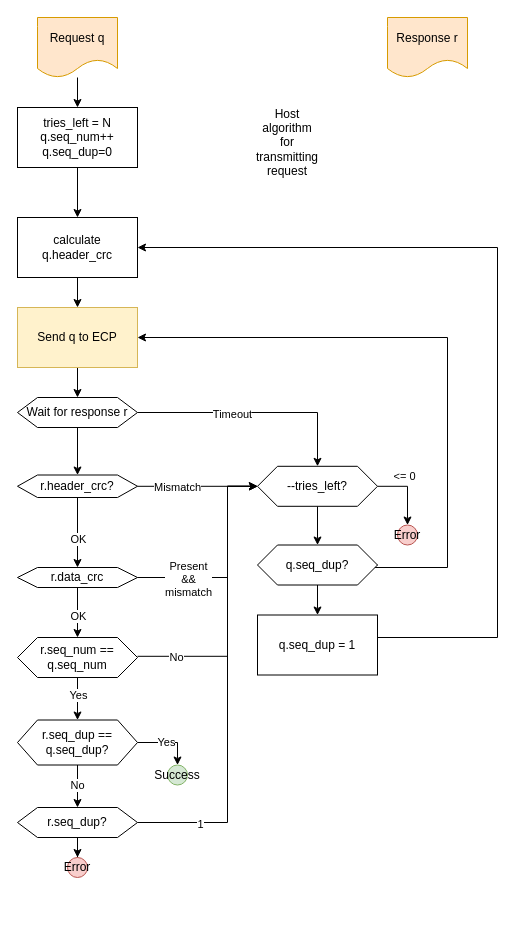
Before: page "Host->ECP Flow" (1 of 10) of docs/ECP software arch.drawio in datapanelcorp/embedded-coprocessor, a draw.io diagram. Source tidied: cells renumbered, new cells numbered last; positions are measured from the earlier drawing's top-left corner, leaving out a move shared by most shapes. Both pictures are drawn from the tidied source at 100%, with x=0, y=0 at pixel (17, 17).
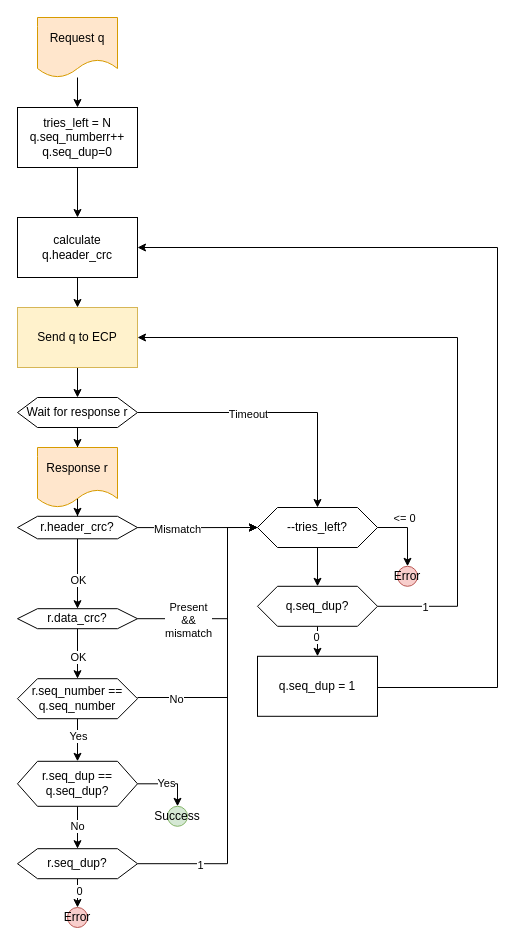
The same page after the edit.

The change refers to these unchanged cells:
```xml
<mxCell id="4" value="calculate q.header_crc" style="rounded=0;whiteSpace=wrap;html=1;" parent="1" vertex="1">
  <mxGeometry y="200" width="120" height="60" as="geometry" />
</mxCell>
<mxCell id="7" value="Send q to ECP" style="rounded=0;whiteSpace=wrap;html=1;fillColor=#fff2cc;strokeColor=#d6b656;" parent="1" vertex="1">
  <mxGeometry y="290" width="120" height="60" as="geometry" />
</mxCell>
<mxCell id="11" value="Wait for response r" style="shape=hexagon;perimeter=hexagonPerimeter2;whiteSpace=wrap;html=1;fixedSize=1;" parent="1" vertex="1">
  <mxGeometry y="380" width="120" height="30" as="geometry" />
</mxCell>
<mxCell id="20" style="edgeStyle=orthogonalEdgeStyle;rounded=0;jettySize=auto;html=1;entryX=0.5;entryY=0;entryDx=0;entryDy=0;" parent="1" edge="1" source="21" target="18">
  <mxGeometry relative="1" as="geometry" />
</mxCell>
<mxCell id="45" style="edgeStyle=orthogonalEdgeStyle;rounded=0;jettySize=auto;html=1;entryX=0.5;entryY=0;entryDx=0;entryDy=0;" parent="1" edge="1" source="46" target="47">
  <mxGeometry relative="1" as="geometry" />
</mxCell>
```

What changed in the source:
```diff
@@
-    <mxCell id="2" value="tries_left = N&lt;br&gt;q.seq_num++&lt;br&gt;q.seq_dup=0" style="rounded=0;whiteSpace=wrap;html=1;" parent="1" vertex="1">
+    <mxCell id="2" value="tries_left = N&lt;br&gt;q.seq_numberr++&lt;br&gt;q.seq_dup=0" style="rounded=0;whiteSpace=wrap;html=1;" parent="1" vertex="1">
       <mxGeometry y="90" width="120" height="60" as="geometry" />
     </mxCell>
@@
-    <mxCell id="10" style="edgeStyle=orthogonalEdgeStyle;rounded=0;jettySize=auto;html=1;" parent="1" edge="1" source="11" target="24">
+    <mxCell id="10" style="edgeStyle=orthogonalEdgeStyle;rounded=0;jettySize=auto;html=1;" parent="1" edge="1" source="51" target="24">
       <mxGeometry relative="1" as="geometry" />
     </mxCell>
@@
     <mxCell id="15" value="--tries_left?" style="shape=hexagon;perimeter=hexagonPerimeter2;whiteSpace=wrap;html=1;fixedSize=1;size=20;" parent="1" vertex="1">
-      <mxGeometry x="240" y="448.8" width="120" height="40" as="geometry" />
+      <mxGeometry x="240" y="490" width="120" height="40" as="geometry" />
     </mxCell>
     <mxCell id="16" value="Error" style="ellipse;whiteSpace=wrap;html=1;fillColor=#f8cecc;strokeColor=#b85450;" parent="1" vertex="1">
-      <mxGeometry x="380" y="507.5" width="20" height="20" as="geometry" />
+      <mxGeometry x="380" y="548.8" width="20" height="20" as="geometry" />
     </mxCell>
-    <mxCell id="17" style="edgeStyle=orthogonalEdgeStyle;rounded=0;jettySize=auto;html=1;entryX=1;entryY=0.5;entryDx=0;entryDy=0;" parent="1" edge="1" source="18" target="4">
+    <mxCell id="17" style="edgeStyle=orthogonalEdgeStyle;rounded=0;jettySize=auto;html=1;entryX=1;entryY=0.5;entryDx=0;entryDy=0;exitX=1;exitY=0.5;exitDx=0;exitDy=0;" parent="1" edge="1" source="18" target="4">
       <mxGeometry relative="1" as="geometry">
         <Array as="points">
-          <mxPoint x="480" y="620" />
+          <mxPoint x="360" y="670" />
+          <mxPoint x="480" y="670" />
           <mxPoint x="480" y="230" />
         </Array>
       </mxGeometry>
     </mxCell>
     <mxCell id="18" value="q.seq_dup = 1" style="rounded=0;whiteSpace=wrap;html=1;" parent="1" vertex="1">
-      <mxGeometry x="240" y="597.5" width="120" height="60" as="geometry" />
+      <mxGeometry x="240" y="638.8" width="120" height="60" as="geometry" />
     </mxCell>
     <mxCell id="19" style="edgeStyle=orthogonalEdgeStyle;rounded=0;jettySize=auto;html=1;entryX=1;entryY=0.5;entryDx=0;entryDy=0;exitX=1;exitY=0.5;exitDx=0;exitDy=0;" parent="1" edge="1" source="21" target="7">
       <mxGeometry relative="1" as="geometry">
         <Array as="points">
-          <mxPoint x="270" y="548" />
-          <mxPoint x="270" y="550" />
-          <mxPoint x="430" y="550" />
-          <mxPoint x="430" y="320" />
+          <mxPoint x="440" y="589" />
+          <mxPoint x="440" y="320" />
         </Array>
       </mxGeometry>
     </mxCell>
+    <mxCell id="52" value="1" style="edgeLabel;html=1;align=center;verticalAlign=middle;" parent="19" vertex="1">
+      <mxGeometry x="-0.86" y="-1" relative="1" as="geometry" />
+    </mxCell>
@@
+    <mxCell id="53" value="0" style="edgeLabel;html=1;align=center;verticalAlign=middle;" parent="20" vertex="1">
+      <mxGeometry x="0.22" y="-2" relative="1" as="geometry" />
+    </mxCell>
     <mxCell id="21" value="q.seq_dup?" style="shape=hexagon;perimeter=hexagonPerimeter2;whiteSpace=wrap;html=1;fixedSize=1;" parent="1" vertex="1">
-      <mxGeometry x="240" y="527.5" width="120" height="40" as="geometry" />
+      <mxGeometry x="240" y="568.8" width="120" height="40" as="geometry" />
     </mxCell>
@@
     <mxCell id="24" value="r.header_crc?" style="shape=hexagon;perimeter=hexagonPerimeter2;whiteSpace=wrap;html=1;fixedSize=1;" parent="1" vertex="1">
-      <mxGeometry y="457.5" width="120" height="22.5" as="geometry" />
+      <mxGeometry y="498.8" width="120" height="22.5" as="geometry" />
     </mxCell>
@@
-    <mxCell id="29" value="r.data_crc" style="shape=hexagon;perimeter=hexagonPerimeter2;whiteSpace=wrap;html=1;fixedSize=1;" parent="1" vertex="1">
-      <mxGeometry y="550" width="120" height="20" as="geometry" />
+    <mxCell id="29" value="r.data_crc?" style="shape=hexagon;perimeter=hexagonPerimeter2;whiteSpace=wrap;html=1;fixedSize=1;" parent="1" vertex="1">
+      <mxGeometry y="591.2" width="120" height="20" as="geometry" />
     </mxCell>
     <mxCell id="30" style="edgeStyle=orthogonalEdgeStyle;rounded=0;jettySize=auto;html=1;entryX=0;entryY=0.5;entryDx=0;entryDy=0;exitX=1;exitY=0.5;exitDx=0;exitDy=0;" parent="1" edge="1" source="29" target="15">
       <mxGeometry relative="1" as="geometry">
         <Array as="points">
-          <mxPoint x="210" y="560" />
-          <mxPoint x="210" y="469" />
+          <mxPoint x="210" y="601.2" />
+          <mxPoint x="210" y="510.2" />
         </Array>
       </mxGeometry>
     </mxCell>
@@
     <mxCell id="32" style="edgeStyle=orthogonalEdgeStyle;rounded=0;jettySize=auto;html=1;exitX=1;exitY=0.5;exitDx=0;exitDy=0;entryX=0;entryY=0.5;entryDx=0;entryDy=0;" parent="1" edge="1" target="15">
       <mxGeometry relative="1" as="geometry">
-        <mxPoint x="120" y="638.8" as="sourcePoint" />
+        <mxPoint x="120" y="680" as="sourcePoint" />
         <Array as="points">
-          <mxPoint x="210" y="639" />
-          <mxPoint x="210" y="469" />
-          <mxPoint x="240" y="469" />
+          <mxPoint x="210" y="680.2" />
+          <mxPoint x="210" y="510.2" />
+          <mxPoint x="240" y="510.2" />
         </Array>
       </mxGeometry>
     </mxCell>
@@
-    <mxCell id="36" value="r.seq_num == q.seq_num" style="shape=hexagon;perimeter=hexagonPerimeter2;whiteSpace=wrap;html=1;fixedSize=1;" parent="1" vertex="1">
-      <mxGeometry y="620" width="120" height="40" as="geometry" />
+    <mxCell id="36" value="r.seq_number == q.seq_number" style="shape=hexagon;perimeter=hexagonPerimeter2;whiteSpace=wrap;html=1;fixedSize=1;" parent="1" vertex="1">
+      <mxGeometry y="661.2" width="120" height="40" as="geometry" />
     </mxCell>
@@
     <mxCell id="41" value="r.seq_dup == q.seq_dup?" style="shape=hexagon;perimeter=hexagonPerimeter2;whiteSpace=wrap;html=1;fixedSize=1;" parent="1" vertex="1">
-      <mxGeometry y="702.5" width="120" height="45" as="geometry" />
+      <mxGeometry y="743.8" width="120" height="45" as="geometry" />
     </mxCell>
     <mxCell id="42" value="Success" style="ellipse;whiteSpace=wrap;html=1;fillColor=#d5e8d4;strokeColor=#82b366;" parent="1" vertex="1">
-      <mxGeometry x="150" y="747.5" width="20" height="20" as="geometry" />
+      <mxGeometry x="150" y="788.8" width="20" height="20" as="geometry" />
     </mxCell>
     <mxCell id="43" style="edgeStyle=orthogonalEdgeStyle;rounded=0;jettySize=auto;html=1;entryX=0;entryY=0.5;entryDx=0;entryDy=0;exitX=1;exitY=0.5;exitDx=0;exitDy=0;" parent="1" edge="1" source="46" target="15">
       <mxGeometry relative="1" as="geometry">
         <Array as="points">
-          <mxPoint x="210" y="805" />
-          <mxPoint x="210" y="469" />
+          <mxPoint x="210" y="846.2" />
+          <mxPoint x="210" y="510.2" />
         </Array>
       </mxGeometry>
     </mxCell>
@@
+    <mxCell id="54" value="0" style="edgeLabel;html=1;align=center;verticalAlign=middle;" parent="45" vertex="1">
+      <mxGeometry x="0.1" y="-1" relative="1" as="geometry" />
+    </mxCell>
     <mxCell id="46" value="r.seq_dup?" style="shape=hexagon;perimeter=hexagonPerimeter2;whiteSpace=wrap;html=1;fixedSize=1;" parent="1" vertex="1">
-      <mxGeometry y="790" width="120" height="30" as="geometry" />
+      <mxGeometry y="831.2" width="120" height="30" as="geometry" />
     </mxCell>
     <mxCell id="47" value="Error" style="ellipse;whiteSpace=wrap;html=1;fillColor=#f8cecc;strokeColor=#b85450;" parent="1" vertex="1">
-      <mxGeometry x="50" y="840" width="20" height="20" as="geometry" />
+      <mxGeometry x="50" y="890" width="20" height="20" as="geometry" />
     </mxCell>
-    <mxCell id="48" value="Host algorithm for transmitting request" style="text;html=1;strokeColor=none;fillColor=none;align=center;verticalAlign=middle;whiteSpace=wrap;rounded=0;" parent="1" vertex="1">
-      <mxGeometry x="240" y="110" width="60" height="30" as="geometry" />
-    </mxCell>
@@
+    <mxCell id="55" style="edgeStyle=orthogonalEdgeStyle;rounded=0;jettySize=auto;html=1;" parent="1" edge="1" source="11" target="51">
+      <mxGeometry relative="1" as="geometry" />
+    </mxCell>
     <mxCell id="51" value="Response r" style="shape=document;whiteSpace=wrap;html=1;boundedLbl=1;fillColor=#ffe6cc;strokeColor=#d79b00;" parent="1" vertex="1">
-      <mxGeometry x="370" width="80" height="60" as="geometry" />
+      <mxGeometry x="20" y="430" width="80" height="60" as="geometry" />
     </mxCell>
```
